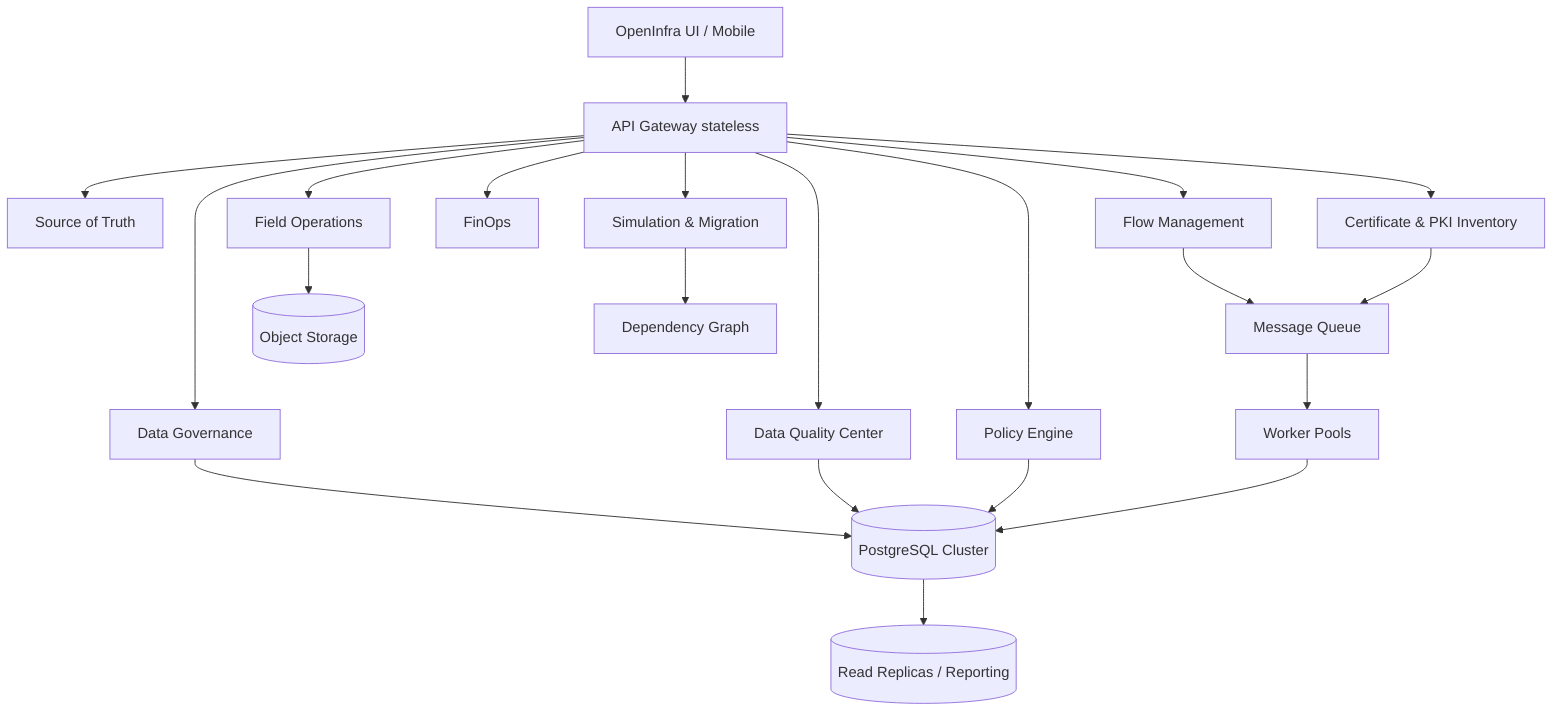
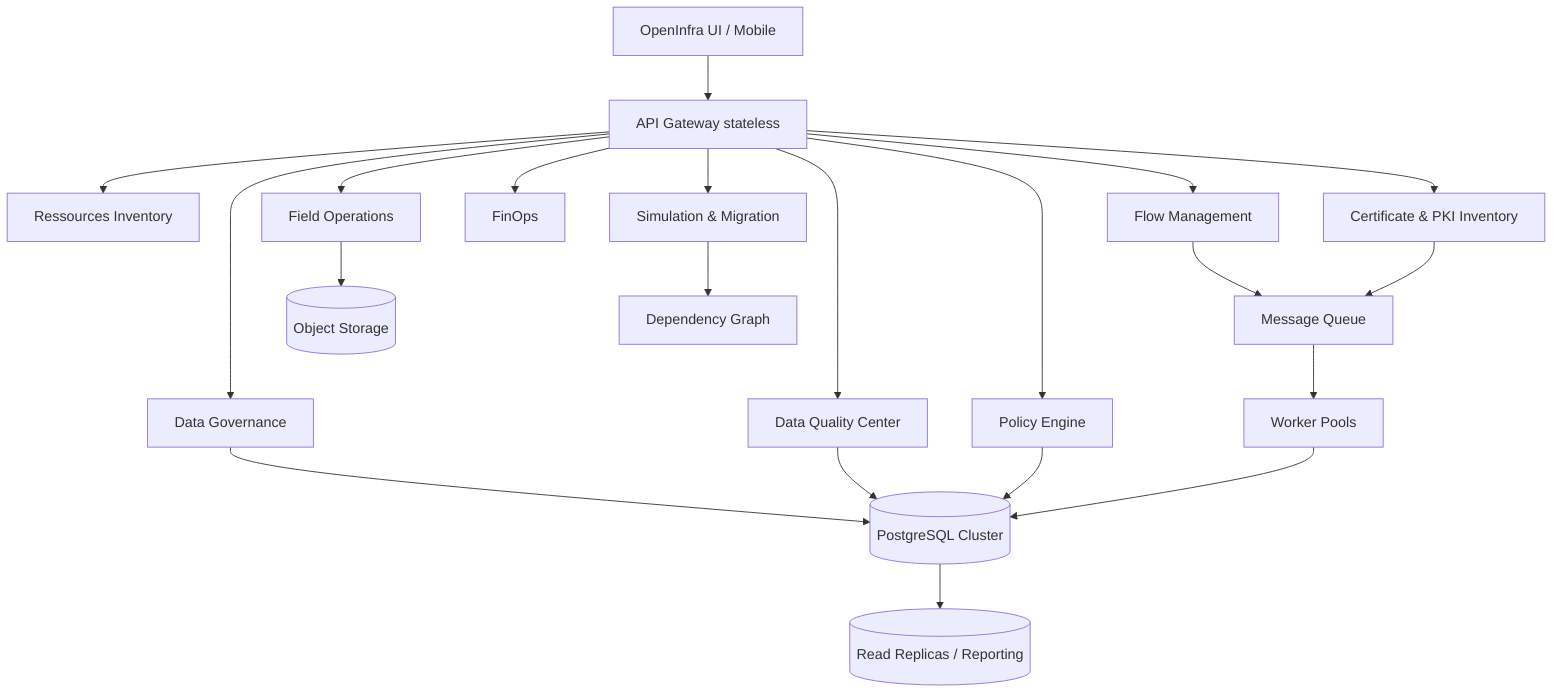
flowchart TB
  UI[OpenInfra UI / Mobile] --> API[API Gateway stateless]
-   API --> SOT[Source of Truth]
+   API --> RI[Ressources Inventory]
  API --> GOV[Data Governance]
  API --> DQ[Data Quality Center]
  API --> FLOW[Flow Management]
  API --> CERT[Certificate & PKI Inventory]
  API --> FIN[FinOps]
  API --> FIELD[Field Operations]
  API --> SIM[Simulation & Migration]
  API --> POLICY[Policy Engine]
  GOV --> PG[(PostgreSQL Cluster)]
  DQ --> PG
  FLOW --> MQ[Message Queue]
  CERT --> MQ
  FIELD --> OBJ[(Object Storage)]
  SIM --> GRAPH[Dependency Graph]
  POLICY --> PG
  MQ --> WORKERS[Worker Pools]
  WORKERS --> PG
  PG --> REPLICA[(Read Replicas / Reporting)]
